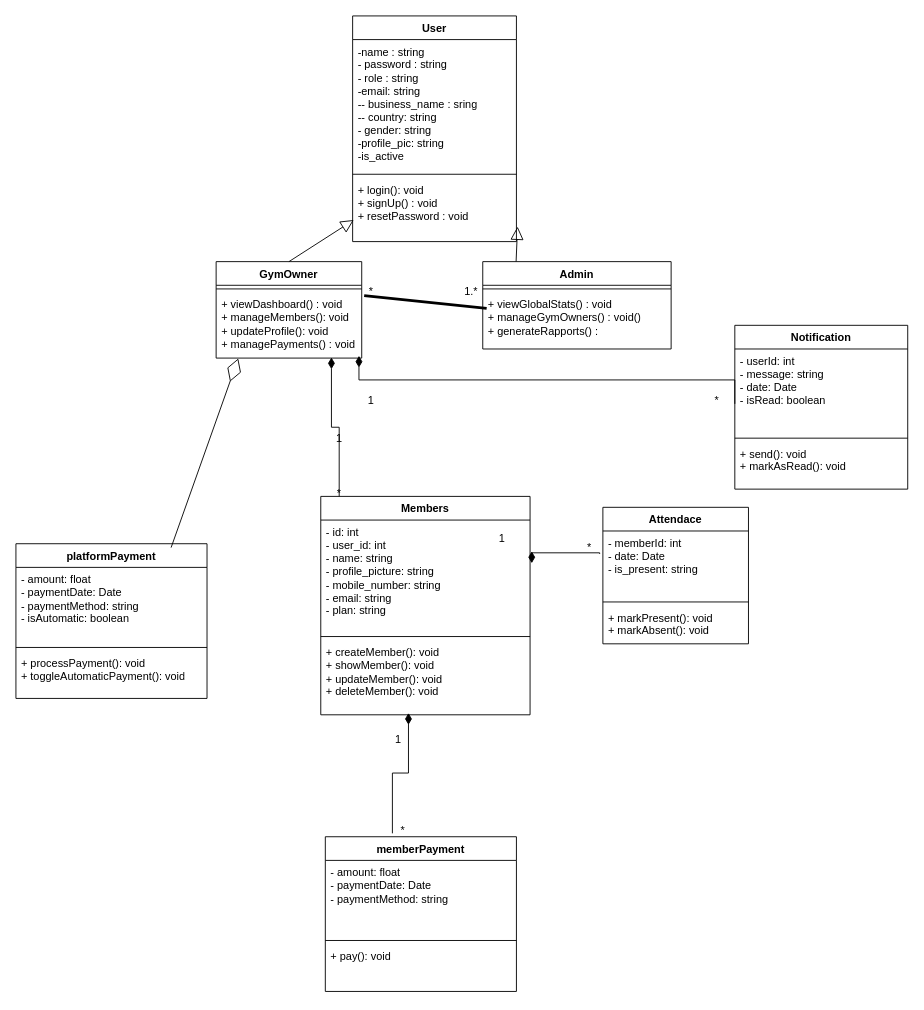
Before: diagrams/class.drawio in anasHammaoui/GymMinder-SaaS, a draw.io diagram. Source tidied: cells renumbered, new cells numbered last; positions are measured from the earlier drawing's top-left corner, leaving out a move shared by most shapes. Both pictures are drawn from the tidied source at 91%, with x=0, y=0 at pixel (15, 15).
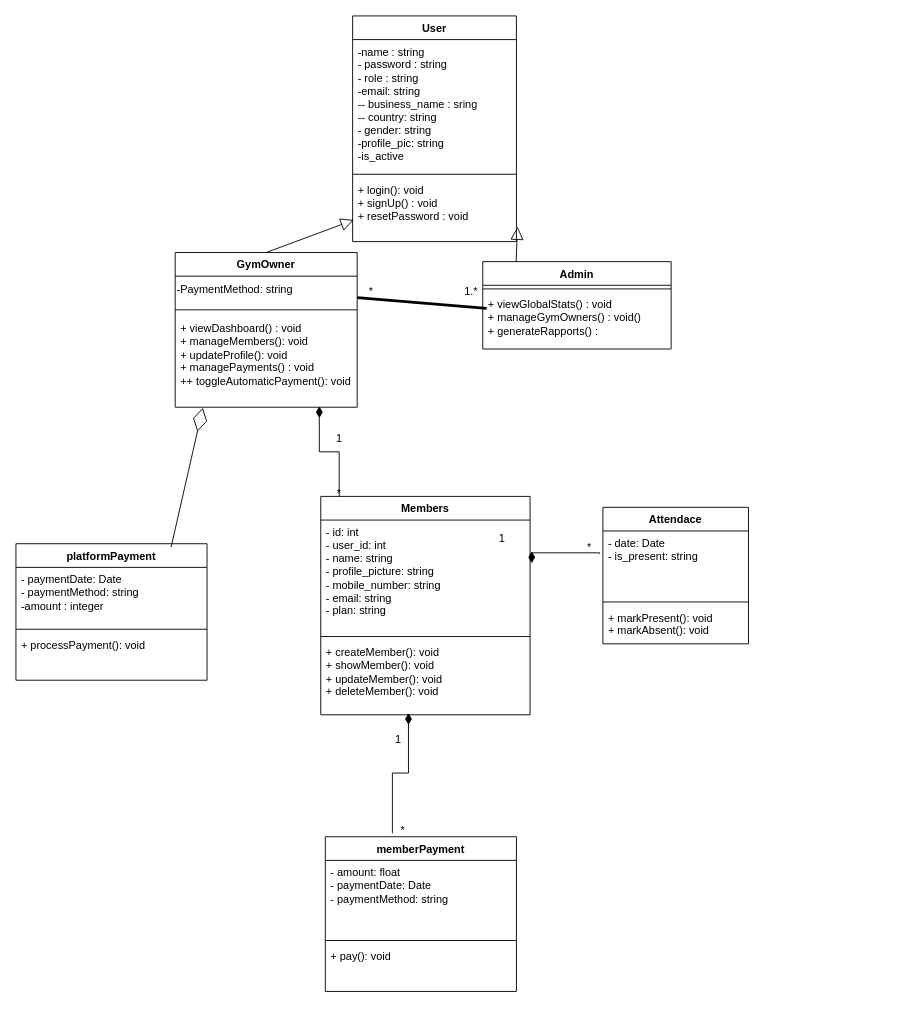
Above is the later version.

Commit message (it also covers changes not shown here):
update uml diagrams

The change refers to these unchanged cells:
```xml
<mxCell id="8" value="Attendace" style="swimlane;fontStyle=1;align=center;verticalAlign=top;horizontal=1;startSize=26;whiteSpace=wrap;html=1;" parent="1" vertex="1">
  <mxGeometry x="645" y="540" width="160" height="150" as="geometry" />
</mxCell>
<mxCell id="46" value="1.*" style="text;html=1;align=center;verticalAlign=middle;points=[];strokeColor=none;fillColor=none;" parent="1" vertex="1">
  <mxGeometry x="480" y="288" width="40" height="30" as="geometry" />
</mxCell>
```

Change to the diagram source:
```diff
@@
     <mxCell id="2" value="GymOwner" style="swimlane;fontStyle=1;align=center;verticalAlign=top;horizontal=1;startSize=26;whiteSpace=wrap;html=1;" parent="1" vertex="1">
-      <mxGeometry x="220" y="270" width="160" height="106" as="geometry" />
+      <mxGeometry x="175" y="260" width="200" height="170" as="geometry" />
     </mxCell>
+    <mxCell id="50" value="&lt;div&gt;-PaymentMethod: string&lt;/div&gt;" style="text;html=1;align=left;verticalAlign=middle;points=[];strokeColor=none;fillColor=none;" parent="2" vertex="1">
+      <mxGeometry y="26" width="200" height="30" as="geometry" />
+    </mxCell>
     <mxCell id="3" style="line;strokeWidth=1;fillColor=none;align=left;verticalAlign=middle;spacingTop=-1;spacingLeft=3;spacingRight=3;labelPosition=right;strokeColor=inherit;" parent="2" vertex="1">
-      <mxGeometry y="26" width="160" height="8" as="geometry" />
+      <mxGeometry y="56" width="200" height="14" as="geometry" />
     </mxCell>
-    <mxCell id="4" value="+ viewDashboard() : void&lt;div&gt;+ manageMembers(): void&lt;/div&gt;&lt;div&gt;+ updateProfile(): void&lt;/div&gt;&lt;div&gt;+ managePayments() : void&lt;/div&gt;" style="text;strokeColor=none;fillColor=none;align=left;verticalAlign=top;spacingLeft=4;spacingRight=4;overflow=hidden;points=[[0,0.5],[1,0.5]];portConstraint=eastwest;whiteSpace=wrap;html=1;" parent="2" vertex="1">
-      <mxGeometry y="34" width="160" height="72" as="geometry" />
+    <mxCell id="4" value="+ viewDashboard() : void&lt;div&gt;+ manageMembers(): void&lt;/div&gt;&lt;div&gt;+ updateProfile(): void&lt;/div&gt;&lt;div&gt;+ managePayments() : void&lt;/div&gt;&lt;div&gt;+&lt;span style=&quot;background-color: transparent; color: light-dark(rgb(0, 0, 0), rgb(255, 255, 255));&quot;&gt;+ toggleAutomaticPayment(): void&lt;/span&gt;&lt;/div&gt;" style="text;strokeColor=none;fillColor=none;align=left;verticalAlign=top;spacingLeft=4;spacingRight=4;overflow=hidden;points=[[0,0.5],[1,0.5]];portConstraint=eastwest;whiteSpace=wrap;html=1;" parent="2" vertex="1">
+      <mxGeometry y="70" width="200" height="100" as="geometry" />
     </mxCell>
@@
-    <mxCell id="9" value="&lt;div&gt;&lt;span style=&quot;background-color: transparent; color: light-dark(rgb(0, 0, 0), rgb(255, 255, 255));&quot;&gt;- memberId: int&amp;nbsp; &amp;nbsp; &amp;nbsp; &amp;nbsp; &amp;nbsp; &amp;nbsp; &amp;nbsp; &amp;nbsp; &amp;nbsp;&amp;nbsp;&lt;/span&gt;&lt;/div&gt;&lt;div&gt;- date: Date&amp;nbsp; &amp;nbsp; &amp;nbsp; &amp;nbsp; &amp;nbsp; &amp;nbsp; &amp;nbsp; &amp;nbsp; &amp;nbsp; &amp;nbsp; &amp;nbsp;&amp;nbsp;&lt;/div&gt;&lt;div&gt;- is_present: string&lt;/div&gt;" style="text;strokeColor=none;fillColor=none;align=left;verticalAlign=top;spacingLeft=4;spacingRight=4;overflow=hidden;points=[[0,0.5],[1,0.5]];portConstraint=eastwest;whiteSpace=wrap;html=1;" parent="8" vertex="1">
+    <mxCell id="9" value="&lt;div&gt;&lt;span style=&quot;background-color: transparent; color: light-dark(rgb(0, 0, 0), rgb(255, 255, 255));&quot;&gt;- date: Date&amp;nbsp; &amp;nbsp; &amp;nbsp; &amp;nbsp; &amp;nbsp; &amp;nbsp; &amp;nbsp; &amp;nbsp; &amp;nbsp; &amp;nbsp; &amp;nbsp;&amp;nbsp;&lt;/span&gt;&lt;/div&gt;&lt;div&gt;- is_present: string&lt;/div&gt;" style="text;strokeColor=none;fillColor=none;align=left;verticalAlign=top;spacingLeft=4;spacingRight=4;overflow=hidden;points=[[0,0.5],[1,0.5]];portConstraint=eastwest;whiteSpace=wrap;html=1;" parent="8" vertex="1">
       <mxGeometry y="26" width="160" height="74" as="geometry" />
     </mxCell>
@@
     <mxCell id="20" value="platformPayment" style="swimlane;fontStyle=1;align=center;verticalAlign=top;horizontal=1;startSize=26;whiteSpace=wrap;html=1;" parent="1" vertex="1">
-      <mxGeometry y="580" width="210" height="170" as="geometry" />
+      <mxGeometry y="580" width="210" height="150" as="geometry" />
     </mxCell>
-    <mxCell id="21" value="&lt;div&gt;&lt;span style=&quot;background-color: transparent; color: light-dark(rgb(0, 0, 0), rgb(255, 255, 255));&quot;&gt;- amount: float&amp;nbsp; &amp;nbsp; &amp;nbsp; &amp;nbsp; &amp;nbsp; &amp;nbsp; &amp;nbsp; &amp;nbsp; &amp;nbsp; &amp;nbsp;&lt;/span&gt;&lt;/div&gt;&lt;div&gt;- paymentDate: Date&amp;nbsp; &amp;nbsp; &amp;nbsp; &amp;nbsp; &amp;nbsp; &amp;nbsp; &amp;nbsp; &amp;nbsp;&lt;/div&gt;&lt;div&gt;- paymentMethod: string&amp;nbsp; &amp;nbsp; &amp;nbsp; &amp;nbsp; &amp;nbsp; &amp;nbsp;&lt;/div&gt;&lt;div&gt;- isAutomatic: boolean&amp;nbsp;&amp;nbsp;&lt;/div&gt;" style="text;strokeColor=none;fillColor=none;align=left;verticalAlign=top;spacingLeft=4;spacingRight=4;overflow=hidden;whiteSpace=wrap;html=1;" parent="20" vertex="1">
-      <mxGeometry y="26" width="210" height="84" as="geometry" />
+    <mxCell id="21" value="&lt;div&gt;&lt;span style=&quot;background-color: transparent; color: light-dark(rgb(0, 0, 0), rgb(255, 255, 255));&quot;&gt;- paymentDate: Date&amp;nbsp; &amp;nbsp; &amp;nbsp; &amp;nbsp; &amp;nbsp; &amp;nbsp; &amp;nbsp; &amp;nbsp;&lt;/span&gt;&lt;/div&gt;&lt;div&gt;- paymentMethod: string&amp;nbsp; &amp;nbsp; &amp;nbsp; &amp;nbsp; &amp;nbsp; &amp;nbsp;&lt;/div&gt;&lt;div&gt;-amount : integer&lt;/div&gt;" style="text;strokeColor=none;fillColor=none;align=left;verticalAlign=top;spacingLeft=4;spacingRight=4;overflow=hidden;whiteSpace=wrap;html=1;" parent="20" vertex="1">
+      <mxGeometry y="26" width="210" height="64" as="geometry" />
     </mxCell>
     <mxCell id="22" style="line;strokeWidth=1;fillColor=none;align=left;verticalAlign=middle;spacingTop=-1;spacingLeft=3;spacingRight=3;labelPosition=right;strokeColor=inherit;" parent="20" vertex="1">
-      <mxGeometry y="110" width="210" height="8" as="geometry" />
+      <mxGeometry y="90" width="210" height="8" as="geometry" />
     </mxCell>
-    <mxCell id="23" value="&lt;div&gt;+ processPayment(): void&amp;nbsp; &amp;nbsp; &amp;nbsp; &amp;nbsp; &amp;nbsp;&amp;nbsp;&lt;/div&gt;&lt;div&gt;+ toggleAutomaticPayment(): void&lt;/div&gt;" style="text;strokeColor=none;fillColor=none;align=left;verticalAlign=top;spacingLeft=4;spacingRight=4;overflow=hidden;whiteSpace=wrap;html=1;" parent="20" vertex="1">
-      <mxGeometry y="118" width="210" height="52" as="geometry" />
+    <mxCell id="23" value="&lt;div&gt;+ processPayment(): void&amp;nbsp; &amp;nbsp; &amp;nbsp; &amp;nbsp; &amp;nbsp;&lt;/div&gt;" style="text;strokeColor=none;fillColor=none;align=left;verticalAlign=top;spacingLeft=4;spacingRight=4;overflow=hidden;whiteSpace=wrap;html=1;" parent="20" vertex="1">
+      <mxGeometry y="98" width="210" height="52" as="geometry" />
     </mxCell>
-    <mxCell id="24" value="Notification" style="swimlane;fontStyle=1;align=center;verticalAlign=top;horizontal=1;startSize=26;whiteSpace=wrap;html=1;" parent="1" vertex="1">
-      <mxGeometry x="790" y="340" width="190" height="180" as="geometry" />
-    </mxCell>
-    <mxCell id="25" value="&lt;div&gt;&lt;span style=&quot;background-color: transparent; color: light-dark(rgb(0, 0, 0), rgb(255, 255, 255));&quot;&gt;- userId: int&amp;nbsp; &amp;nbsp; &amp;nbsp; &amp;nbsp; &amp;nbsp; &amp;nbsp; &amp;nbsp; &amp;nbsp; &amp;nbsp; &amp;nbsp; &amp;nbsp;&lt;/span&gt;&lt;/div&gt;&lt;div&gt;- message: string&amp;nbsp; &amp;nbsp; &amp;nbsp; &amp;nbsp; &amp;nbsp; &amp;nbsp; &amp;nbsp; &amp;nbsp; &amp;nbsp;&lt;/div&gt;&lt;div&gt;- date: Date&amp;nbsp; &amp;nbsp; &amp;nbsp; &amp;nbsp; &amp;nbsp; &amp;nbsp; &amp;nbsp; &amp;nbsp; &amp;nbsp; &amp;nbsp; &amp;nbsp;&amp;nbsp;&lt;/div&gt;&lt;div&gt;- isRead: boolean&amp;nbsp; &amp;nbsp;&lt;/div&gt;" style="text;strokeColor=none;fillColor=none;align=left;verticalAlign=top;spacingLeft=4;spacingRight=4;overflow=hidden;whiteSpace=wrap;html=1;" parent="24" vertex="1">
-      <mxGeometry y="26" width="190" height="94" as="geometry" />
-    </mxCell>
-    <mxCell id="26" style="line;strokeWidth=1;fillColor=none;align=left;verticalAlign=middle;spacingTop=-1;spacingLeft=3;spacingRight=3;labelPosition=right;strokeColor=inherit;" parent="24" vertex="1">
-      <mxGeometry y="120" width="190" height="8" as="geometry" />
-    </mxCell>
-    <mxCell id="27" value="&lt;div&gt;+ send(): void&amp;nbsp; &amp;nbsp; &amp;nbsp; &amp;nbsp; &amp;nbsp; &amp;nbsp; &amp;nbsp; &amp;nbsp; &amp;nbsp; &amp;nbsp;&amp;nbsp;&lt;/div&gt;&lt;div&gt;+ markAsRead(): void&amp;nbsp;&lt;/div&gt;" style="text;strokeColor=none;fillColor=none;align=left;verticalAlign=top;spacingLeft=4;spacingRight=4;overflow=hidden;whiteSpace=wrap;html=1;" parent="24" vertex="1">
-      <mxGeometry y="128" width="190" height="52" as="geometry" />
-    </mxCell>
@@
-    <mxCell id="38" style="html=1;startArrow=diamondThin;startFill=1;edgeStyle=elbowEdgeStyle;elbow=vertical;startSize=10;endArrow=none;endFill=0;rounded=0;exitX=0.981;exitY=0.965;exitDx=0;exitDy=0;exitPerimeter=0;" parent="1" edge="1" source="4">
-      <mxGeometry relative="1" as="geometry">
-        <mxPoint x="790" y="426.3" as="targetPoint" />
-      </mxGeometry>
-    </mxCell>
@@
-    <mxCell id="41" value="1" style="text;html=1;align=center;verticalAlign=middle;strokeColor=none;fillColor=none;" parent="1" vertex="1">
-      <mxGeometry x="375" y="408" width="30" height="30" as="geometry" />
-    </mxCell>
-    <mxCell id="42" value="*" style="text;html=1;align=center;verticalAlign=middle;strokeColor=none;fillColor=none;" parent="1" vertex="1">
-      <mxGeometry x="755" y="408" width="30" height="30" as="geometry" />
-    </mxCell>
@@
-    <mxCell id="49" style="endArrow=none;startArrow=none;endFill=0;startFill=0;endSize=8;html=1;verticalAlign=bottom;labelBackgroundColor=none;strokeWidth=3;rounded=0;entryX=0.932;entryY=1.116;entryDx=0;entryDy=0;exitX=1.017;exitY=0.331;exitDx=0;exitDy=0;exitPerimeter=0;entryPerimeter=0;" parent="1" edge="1" target="46">
-      <mxGeometry relative="1" as="geometry">
-        <mxPoint x="382.7" y="307.3" as="sourcePoint" />
-      </mxGeometry>
+    <mxCell id="49" style="endArrow=none;startArrow=none;endFill=0;startFill=0;endSize=8;html=1;verticalAlign=bottom;labelBackgroundColor=none;strokeWidth=3;rounded=0;entryX=0.932;entryY=1.116;entryDx=0;entryDy=0;entryPerimeter=0;" parent="1" edge="1" source="50" target="46">
+      <mxGeometry relative="1" as="geometry" />
     </mxCell>
```
